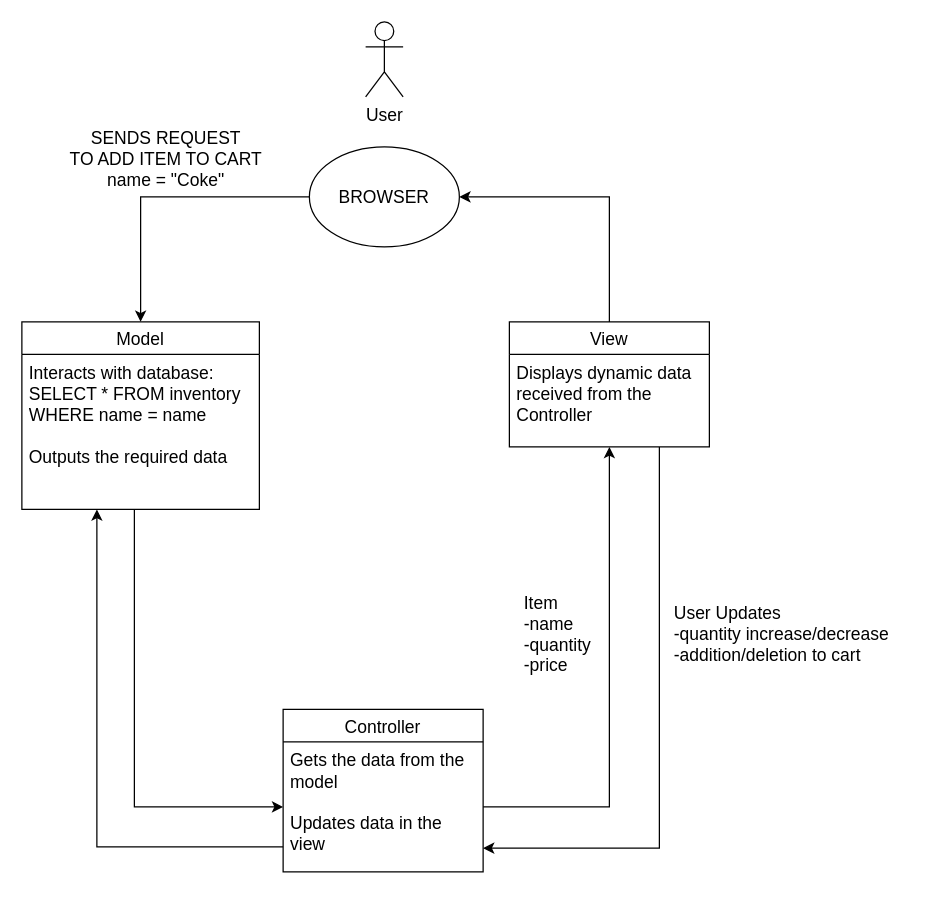
This is diagrams/mvc architecture design.drawio from gauravshilpakar/PointOfSaleSystem, a draw.io file, before an edit. Source tidied: cells renumbered, new cells numbered last; positions are measured from the earlier drawing's top-left corner, leaving out a move shared by most shapes. Both pictures are drawn from the tidied source at 125%, with x=0, y=0 at pixel (21, 21).
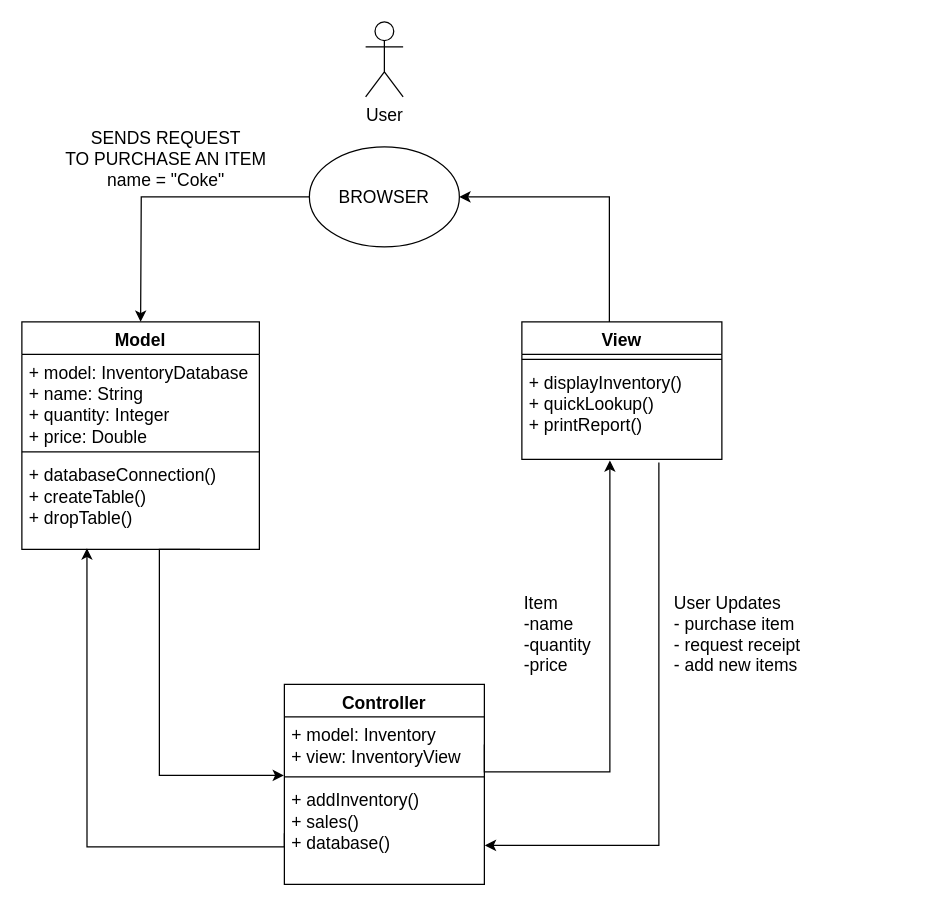
After the change.

Unchanged cells that the change refers to:
```xml
<mxCell id="10" value="BROWSER" style="ellipse;whiteSpace=wrap;html=1;fontSize=14;" parent="1" vertex="1">
  <mxGeometry x="230" y="100" width="120" height="80" as="geometry" />
</mxCell>
```

Change to the diagram source:
```diff
@@
-    <mxCell id="2" value="Model" style="swimlane;fontStyle=0;horizontal=1;startSize=26;fillColor=none;fontSize=14;" parent="1" vertex="1">
-      <mxGeometry y="240" width="190" height="150" as="geometry" />
-    </mxCell>
-    <mxCell id="3" value="Interacts with database:&#10;SELECT * FROM inventory &#10;WHERE name = name&#10;&#10;Outputs the required data" style="text;strokeColor=none;fillColor=none;align=left;verticalAlign=top;spacingLeft=4;spacingRight=4;overflow=hidden;points=[[0,0.5],[1,0.5]];portConstraint=eastwest;fontSize=14;whiteSpace=wrap;" parent="2" vertex="1">
-      <mxGeometry y="26" width="190" height="124" as="geometry" />
-    </mxCell>
-    <mxCell id="4" style="edgeStyle=orthogonalEdgeStyle;rounded=0;jettySize=auto;html=1;entryX=1;entryY=0.5;entryDx=0;entryDy=0;fontSize=14;" parent="1" edge="1" source="5" target="10">
+    <mxCell id="4" style="edgeStyle=orthogonalEdgeStyle;rounded=0;jettySize=auto;html=1;entryX=1;entryY=0.5;entryDx=0;entryDy=0;fontSize=14;" parent="1" edge="1" target="10">
       <mxGeometry relative="1" as="geometry">
+        <mxPoint x="470" y="240" as="sourcePoint" />
         <Array as="points">
           <mxPoint x="470" y="140" />
         </Array>
       </mxGeometry>
     </mxCell>
-    <mxCell id="5" value="View" style="swimlane;fontStyle=0;horizontal=1;startSize=26;fillColor=none;fontSize=14;" parent="1" vertex="1">
-      <mxGeometry x="390" y="240" width="160" height="100" as="geometry" />
-    </mxCell>
-    <mxCell id="6" value="Displays dynamic data received from the Controller" style="text;strokeColor=none;fillColor=none;align=left;verticalAlign=top;spacingLeft=4;spacingRight=4;overflow=hidden;points=[[0,0.5],[1,0.5]];portConstraint=eastwest;fontSize=14;whiteSpace=wrap;" parent="5" vertex="1">
-      <mxGeometry y="26" width="160" height="74" as="geometry" />
-    </mxCell>
@@
-    <mxCell id="8" value="SENDS REQUEST &lt;br style=&quot;font-size: 14px;&quot;&gt;TO ADD ITEM TO CART&lt;br style=&quot;font-size: 14px;&quot;&gt;name = &quot;Coke&quot;" style="text;html=1;align=center;verticalAlign=middle;fontSize=14;" parent="1" vertex="1">
-      <mxGeometry x="30" y="80" width="170" height="60" as="geometry" />
+    <mxCell id="8" value="SENDS REQUEST &lt;br style=&quot;font-size: 14px&quot;&gt;TO PURCHASE AN ITEM&lt;br style=&quot;font-size: 14px&quot;&gt;name = &quot;Coke&quot;" style="text;html=1;align=center;verticalAlign=middle;fontSize=14;" parent="1" vertex="1">
+      <mxGeometry x="25" y="80" width="180" height="60" as="geometry" />
     </mxCell>
-    <mxCell id="9" style="edgeStyle=orthogonalEdgeStyle;rounded=0;jettySize=auto;html=1;entryX=0.5;entryY=0;entryDx=0;entryDy=0;fontSize=14;" parent="1" edge="1" source="10" target="2">
-      <mxGeometry relative="1" as="geometry" />
+    <mxCell id="9" style="edgeStyle=orthogonalEdgeStyle;rounded=0;jettySize=auto;html=1;entryX=0.5;entryY=0;entryDx=0;entryDy=0;fontSize=14;" parent="1" edge="1" source="10">
+      <mxGeometry relative="1" as="geometry">
+        <mxPoint x="95" y="240" as="targetPoint" />
+      </mxGeometry>
     </mxCell>
@@
-    <mxCell id="11" value="Item&lt;br&gt;-name&lt;br style=&quot;font-size: 14px&quot;&gt;-quantity&lt;br style=&quot;font-size: 14px&quot;&gt;-price" style="text;html=1;align=left;verticalAlign=middle;fontSize=14;" parent="1" vertex="1">
+    <mxCell id="11" value="Item&lt;br style=&quot;font-size: 14px;&quot;&gt;-name&lt;br style=&quot;font-size: 14px&quot;&gt;-quantity&lt;br style=&quot;font-size: 14px&quot;&gt;-price" style="text;html=1;align=left;verticalAlign=middle;fontSize=14;" parent="1" vertex="1">
       <mxGeometry x="400" y="455" width="70" height="70" as="geometry" />
     </mxCell>
+    <mxCell id="17" value="User Updates &lt;br style=&quot;font-size: 14px&quot;&gt;- purchase item&lt;br&gt;- request receipt&lt;br&gt;- add new items" style="text;html=1;align=left;verticalAlign=middle;fontSize=14;" parent="1" vertex="1">
+      <mxGeometry x="520" y="455" width="120" height="70" as="geometry" />
+    </mxCell>
+    <mxCell id="19" style="edgeStyle=orthogonalEdgeStyle;rounded=0;jettySize=auto;html=1;exitX=0.75;exitY=1;exitDx=0;exitDy=0;entryX=0.004;entryY=0.258;entryDx=0;entryDy=0;entryPerimeter=0;fontSize=14;" parent="1" edge="1" source="2">
+      <mxGeometry relative="1" as="geometry">
+        <mxPoint x="209.6" y="602.8" as="targetPoint" />
+        <Array as="points">
+          <mxPoint x="110" y="422" />
+          <mxPoint x="110" y="603" />
+        </Array>
+      </mxGeometry>
+    </mxCell>
+    <mxCell id="2" value="Model" style="swimlane;fontStyle=1;align=center;verticalAlign=top;horizontal=1;startSize=26;fontSize=14;" parent="1" vertex="1">
+      <mxGeometry y="240" width="190" height="182" as="geometry" />
+    </mxCell>
+    <mxCell id="20" value="+ model: InventoryDatabase&#10;+ name: String&#10;+ quantity: Integer&#10;+ price: Double&#10;" style="text;strokeColor=none;fillColor=none;align=left;verticalAlign=top;spacingLeft=4;spacingRight=4;overflow=hidden;fontSize=14;" parent="2" vertex="1">
+      <mxGeometry y="26" width="190" height="74" as="geometry" />
+    </mxCell>
+    <mxCell id="21" style="line;strokeWidth=1;fillColor=none;align=left;verticalAlign=middle;spacingTop=-1;spacingLeft=3;spacingRight=3;labelPosition=right;fontSize=14;" parent="2" vertex="1">
+      <mxGeometry y="100" width="190" height="8" as="geometry" />
+    </mxCell>
+    <mxCell id="22" value="+ databaseConnection()&#10;+ createTable()&#10;+ dropTable()&#10;" style="text;strokeColor=none;fillColor=none;align=left;verticalAlign=top;spacingLeft=4;spacingRight=4;overflow=hidden;points=[[0,0.5],[1,0.5]];portConstraint=eastwest;fontSize=14;" parent="2" vertex="1">
+      <mxGeometry y="108" width="190" height="74" as="geometry" />
+    </mxCell>
+    <mxCell id="5" value="View" style="swimlane;fontStyle=1;align=center;verticalAlign=top;horizontal=1;startSize=26;fontSize=14;" parent="1" vertex="1">
+      <mxGeometry x="400" y="240" width="160" height="110" as="geometry" />
+    </mxCell>
+    <mxCell id="23" style="line;strokeWidth=1;fillColor=none;align=left;verticalAlign=middle;spacingTop=-1;spacingLeft=3;spacingRight=3;labelPosition=right;fontSize=14;" parent="5" vertex="1">
+      <mxGeometry y="26" width="160" height="8" as="geometry" />
+    </mxCell>
+    <mxCell id="24" value="+ displayInventory()&#10;+ quickLookup()&#10;+ printReport()&#10;" style="text;strokeColor=none;fillColor=none;align=left;verticalAlign=top;spacingLeft=4;spacingRight=4;overflow=hidden;points=[[0,0.5],[1,0.5]];portConstraint=eastwest;fontSize=14;" parent="5" vertex="1">
+      <mxGeometry y="34" width="160" height="76" as="geometry" />
+    </mxCell>
+    <mxCell id="25" style="edgeStyle=orthogonalEdgeStyle;rounded=0;jettySize=auto;html=1;exitX=0.685;exitY=1.032;exitDx=0;exitDy=0;entryX=1.009;entryY=0.796;entryDx=0;entryDy=0;entryPerimeter=0;fontSize=14;exitPerimeter=0;" parent="1" edge="1" source="24">
+      <mxGeometry relative="1" as="geometry">
+        <mxPoint x="370.4" y="658.8" as="targetPoint" />
+        <Array as="points">
+          <mxPoint x="510" y="659" />
+        </Array>
+      </mxGeometry>
+    </mxCell>
-    <mxCell id="12" value="Controller" style="swimlane;fontStyle=0;horizontal=1;startSize=26;fillColor=none;fontSize=14;" parent="1" vertex="1">
-      <mxGeometry x="209" y="550" width="160" height="130" as="geometry" />
+    <mxCell id="12" value="Controller" style="swimlane;fontStyle=1;align=center;verticalAlign=top;horizontal=1;startSize=26;fontSize=14;" parent="1" vertex="1">
+      <mxGeometry x="210" y="530" width="160" height="160" as="geometry" />
     </mxCell>
-    <mxCell id="13" value="Gets the data from the model&lt;br style=&quot;font-size: 14px;&quot;&gt;&lt;br style=&quot;font-size: 14px;&quot;&gt;Updates data in the view" style="text;strokeColor=none;fillColor=none;align=left;verticalAlign=top;spacingLeft=4;spacingRight=4;overflow=hidden;points=[[0,0.5],[1,0.5]];portConstraint=eastwest;html=1;whiteSpace=wrap;fontSize=14;" parent="12" vertex="1">
-      <mxGeometry y="26" width="160" height="104" as="geometry" />
-    </mxCell>
-    <mxCell id="14" style="edgeStyle=orthogonalEdgeStyle;rounded=0;jettySize=auto;html=1;entryX=0;entryY=0.5;entryDx=0;entryDy=0;fontSize=14;" parent="1" edge="1" source="3" target="13">
-      <mxGeometry relative="1" as="geometry">
-        <Array as="points">
-          <mxPoint x="90" y="628" />
-        </Array>
-      </mxGeometry>
-    </mxCell>
-    <mxCell id="15" style="edgeStyle=orthogonalEdgeStyle;rounded=0;jettySize=auto;html=1;fontSize=14;" parent="1" edge="1" source="13" target="6">
-      <mxGeometry relative="1" as="geometry">
-        <Array as="points">
-          <mxPoint x="470" y="628" />
-        </Array>
-      </mxGeometry>
-    </mxCell>
-    <mxCell id="16" style="edgeStyle=orthogonalEdgeStyle;rounded=0;jettySize=auto;html=1;fontSize=14;" parent="1" edge="1" source="6" target="13">
-      <mxGeometry relative="1" as="geometry">
-        <Array as="points">
-          <mxPoint x="510" y="661" />
-        </Array>
-      </mxGeometry>
-    </mxCell>
-    <mxCell id="17" value="User Updates &lt;br&gt;-quantity increase/decrease&lt;br&gt;-addition/deletion to cart" style="text;html=1;align=left;verticalAlign=middle;fontSize=14;" parent="1" vertex="1">
-      <mxGeometry x="520" y="460" width="190" height="60" as="geometry" />
-    </mxCell>
-    <mxCell id="18" style="edgeStyle=orthogonalEdgeStyle;rounded=0;jettySize=auto;html=1;fontSize=14;" parent="1" edge="1" source="13" target="3">
-      <mxGeometry relative="1" as="geometry">
-        <Array as="points">
-          <mxPoint x="60" y="660" />
-        </Array>
-      </mxGeometry>
-    </mxCell>
+    <mxCell id="26" value="+ model: Inventory&#10;+ view: InventoryView" style="text;strokeColor=none;fillColor=none;align=left;verticalAlign=top;spacingLeft=4;spacingRight=4;overflow=hidden;points=[[0,0.5],[1,0.5]];portConstraint=eastwest;fontSize=14;" parent="12" vertex="1">
+      <mxGeometry y="26" width="160" height="44" as="geometry" />
+    </mxCell>
+    <mxCell id="27" style="line;strokeWidth=1;fillColor=none;align=left;verticalAlign=middle;spacingTop=-1;spacingLeft=3;spacingRight=3;labelPosition=right;fontSize=14;" parent="12" vertex="1">
+      <mxGeometry y="70" width="160" height="8" as="geometry" />
+    </mxCell>
+    <mxCell id="28" value="+ addInventory()&#10;+ sales()&#10;+ database()&#10;" style="text;strokeColor=none;fillColor=none;align=left;verticalAlign=top;spacingLeft=4;spacingRight=4;overflow=hidden;points=[[0,0.5],[1,0.5]];portConstraint=eastwest;fontSize=14;" parent="12" vertex="1">
+      <mxGeometry y="78" width="160" height="82" as="geometry" />
+    </mxCell>
+    <mxCell id="29" style="edgeStyle=orthogonalEdgeStyle;rounded=0;jettySize=auto;html=1;exitX=0;exitY=0.5;exitDx=0;exitDy=0;entryX=0.274;entryY=0.989;entryDx=0;entryDy=0;entryPerimeter=0;fontSize=14;" parent="1" edge="1" source="28" target="22">
+      <mxGeometry relative="1" as="geometry">
+        <Array as="points">
+          <mxPoint x="210" y="660" />
+          <mxPoint x="52" y="660" />
+        </Array>
+      </mxGeometry>
+    </mxCell>
+    <mxCell id="30" style="edgeStyle=orthogonalEdgeStyle;rounded=0;jettySize=auto;html=1;exitX=1;exitY=0.5;exitDx=0;exitDy=0;entryX=0.44;entryY=1.011;entryDx=0;entryDy=0;entryPerimeter=0;fontSize=14;" parent="1" edge="1" source="26" target="24">
+      <mxGeometry relative="1" as="geometry">
+        <Array as="points">
+          <mxPoint x="370" y="600" />
+          <mxPoint x="470" y="600" />
+        </Array>
+      </mxGeometry>
+    </mxCell>
```
